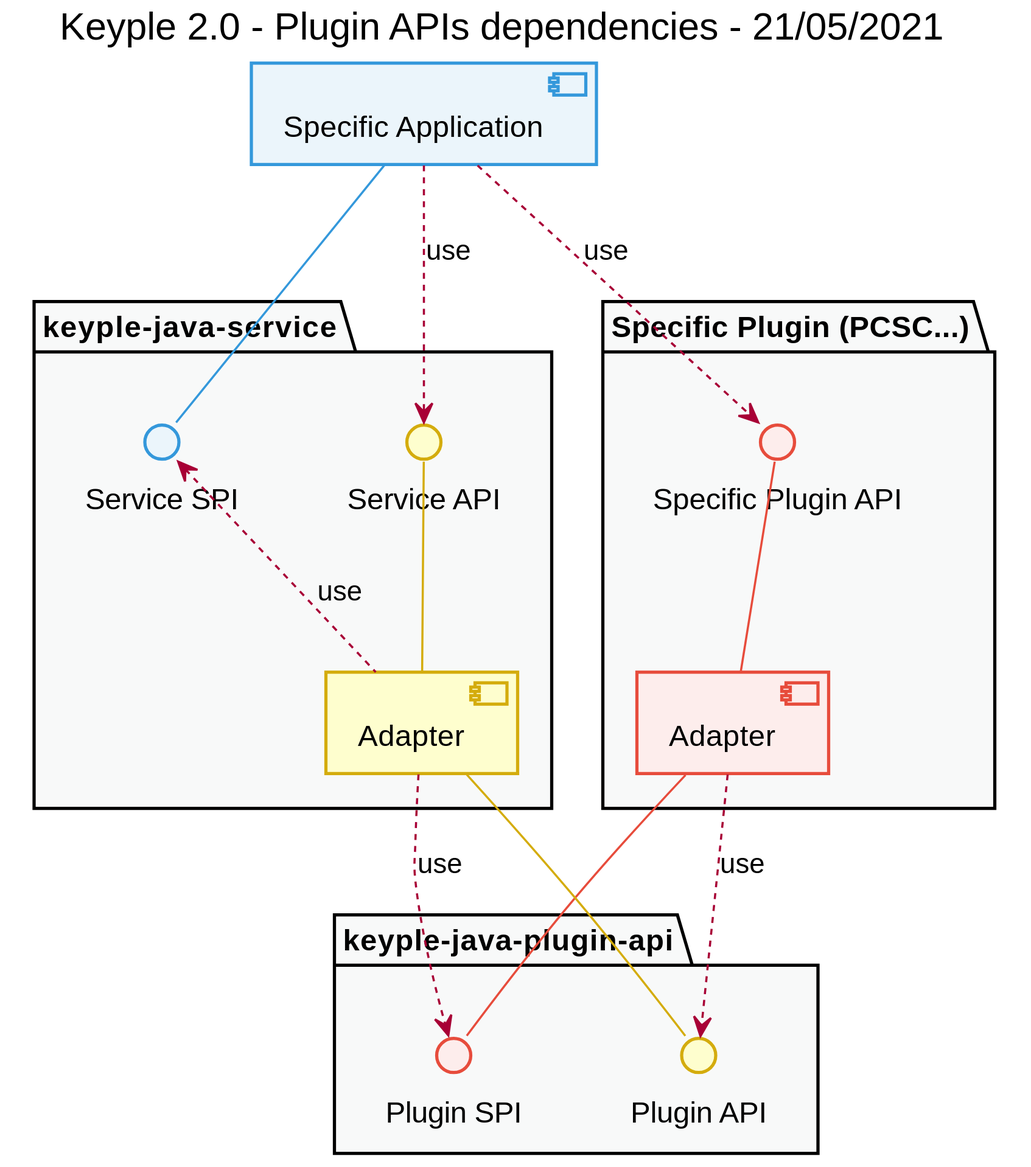
Earlier version of the PlantUML export uml/component/keyple_2_0_component_api_plugin_dependencies.svg (calypsonet/keyple_2_0).
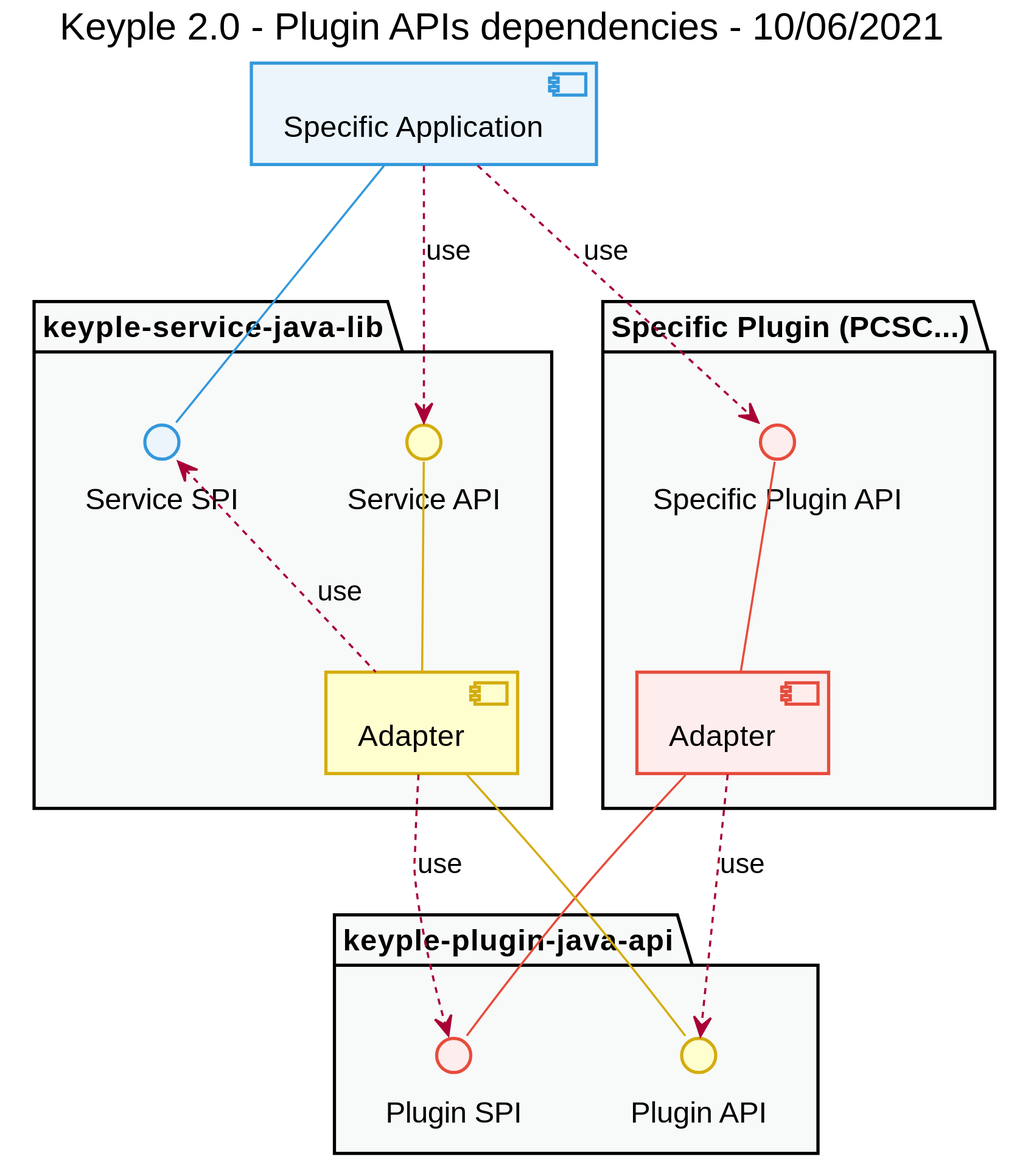
The same diagram one commit later.

Change to the diagram source:
```diff
@@ -1,6 +1,6 @@
 @startuml
 title
-    Keyple 2.0 - Plugin APIs dependencies - 21/05/2021
+    Keyple 2.0 - Plugin APIs dependencies - 10/06/2021
 end title
 
 
@@ -55,7 +55,7 @@
 
 
 [Specific Application] as application <<blue>>
-package "keyple-java-service" as packService {
+package "keyple-service-java-lib" as packService {
     interface "Service API" as serviceApi
     interface "Service SPI" as serviceSpi <<blue>>
     [Adapter] as service
@@ -64,7 +64,7 @@
     interface "Specific Plugin API" as specificPluginApi <<red>>
     [Adapter] as plugin <<red>>
 }
-package "keyple-java-plugin-api" as packPluginApi {
+package "keyple-plugin-java-api" as packPluginApi {
     interface "Plugin SPI" as pluginSpi <<red>>
     interface "Plugin API" as pluginApi
 }
```
